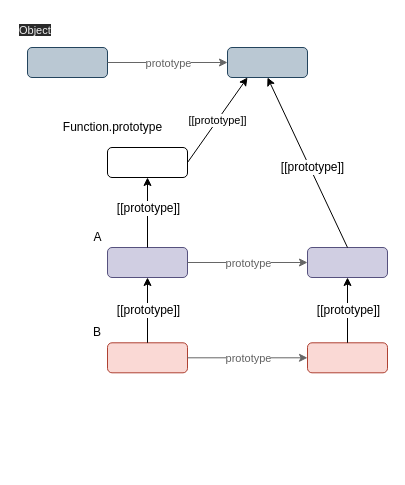
Above: code/JavaScriptTheGoodParts/draw.drawio in culcomber/SynyLearn (draw.io), before the change. Source tidied: cells renumbered, new cells numbered last; positions are measured from the earlier drawing's top-left corner, leaving out a move shared by most shapes. Both pictures are drawn from the tidied source at 100%, with x=0, y=0 at pixel (17, 17).
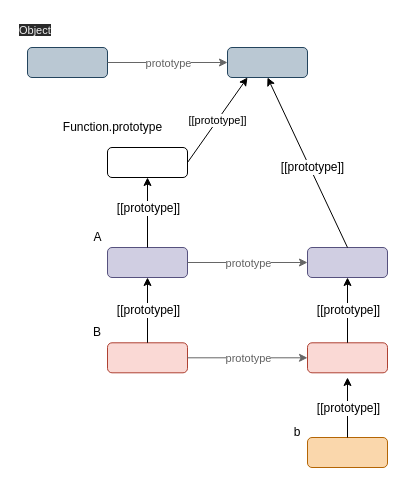
The same page after the edit.

Change to the diagram source:
```diff
@@
+    <mxCell id="30" style="rounded=1;whiteSpace=wrap;html=1;fillColor=#fad7ac;strokeColor=#b46504;" parent="1" vertex="1">
+      <mxGeometry x="290" y="420" width="80" height="30" as="geometry" />
+    </mxCell>
+    <mxCell id="31" value="&lt;br&gt;" style="text;html=1;strokeColor=none;fillColor=none;align=center;verticalAlign=middle;whiteSpace=wrap;rounded=0;fontSize=11;fontColor=#616161;" parent="1" vertex="1">
+      <mxGeometry x="50" y="380" width="60" height="30" as="geometry" />
+    </mxCell>
+    <mxCell id="32" value="b" style="text;html=1;strokeColor=none;fillColor=none;align=center;verticalAlign=middle;whiteSpace=wrap;rounded=0;" parent="1" vertex="1">
+      <mxGeometry x="250" y="400" width="60" height="30" as="geometry" />
+    </mxCell>
+    <mxCell id="33" style="endArrow=classic;html=1;exitX=0.5;exitY=0;exitDx=0;exitDy=0;" parent="1" edge="1" source="30">
+      <mxGeometry relative="1" as="geometry">
+        <mxPoint x="330" y="360" as="targetPoint" />
+      </mxGeometry>
+    </mxCell>
+    <mxCell id="34" value="&lt;span style=&quot;font-size: 12px&quot;&gt;[[prototype]]&lt;/span&gt;" style="edgeLabel;html=1;align=center;verticalAlign=middle;" parent="33" vertex="1">
+      <mxGeometry relative="1" as="geometry" />
+    </mxCell>
```
